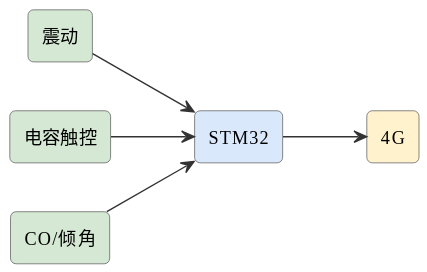
Before: assets/diagrams/ideas-fig65.svg, a diagram exported from PlantUML (mingyi0818/IntelligentMcuCourse).
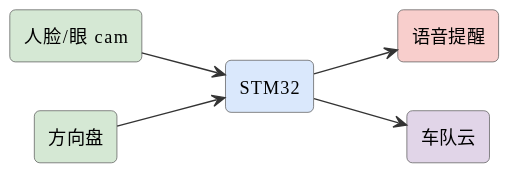
After the change.

Change to the diagram source:
```diff
@@ -6,13 +6,13 @@
 skinparam arrowFontSize 11
 skinparam arrowColor #333
 left to right direction
-rectangle "震动" as vib #d5e8d4
-rectangle "电容触控" as touch #d5e8d4
+rectangle "人脸/眼 cam" as cam #d5e8d4
+rectangle "方向盘" as wheel #d5e8d4
 rectangle "STM32" as stm #dae8fc
-rectangle "CO/倾角" as co #d5e8d4
-rectangle "4G" as g #fff2cc
-vib --> stm
-touch --> stm
-co --> stm
-stm --> g
+rectangle "语音提醒" as spk #f8cecc
+rectangle "车队云" as cloud #e1d5e8
+cam --> stm
+wheel --> stm
+stm --> spk
+stm --> cloud
 @enduml
```
